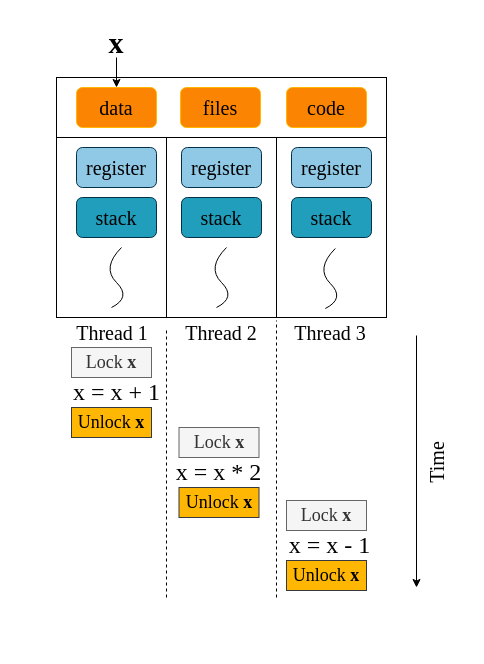
The draw.io diagram drawio/ch-intro/thread-lock.drawio in godaai/scale-py-zh, before the edit. Source tidied: cells renumbered, new cells numbered last; positions are measured from the earlier drawing's top-left corner, leaving out a move shared by most shapes. Both pictures are drawn from the tidied source at 100%, with x=0, y=0 at pixel (17, 17).
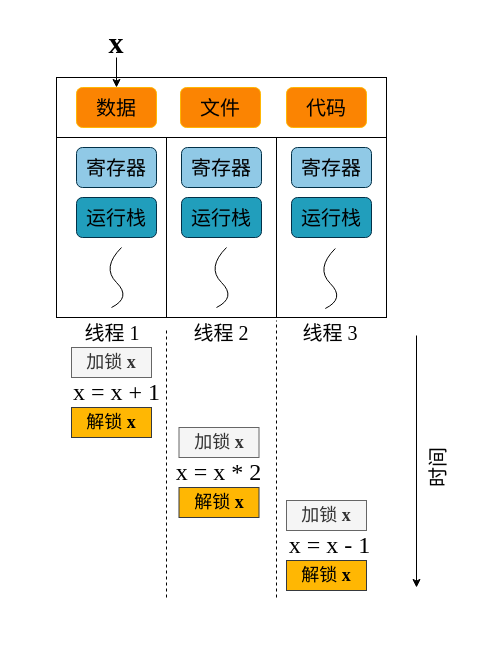
The same diagram, later.

Change to the diagram source:
```diff
@@
-    <mxCell id="7" value="data" style="rounded=1;whiteSpace=wrap;html=1;fillColor=#FB8402;strokeColor=#FFB703;fontSize=20;fontFamily=Times New Roman;" parent="1" vertex="1">
+    <mxCell id="7" value="数据" style="rounded=1;whiteSpace=wrap;html=1;fillColor=#FB8402;strokeColor=#FFB703;fontSize=20;fontFamily=Times New Roman;" parent="1" vertex="1">
       <mxGeometry x="59" y="70" width="80" height="40" as="geometry" />
     </mxCell>
-    <mxCell id="8" value="files" style="rounded=1;whiteSpace=wrap;html=1;fillColor=#FB8402;strokeColor=#FFB703;fontSize=20;fontFamily=Times New Roman;" parent="1" vertex="1">
+    <mxCell id="8" value="文件" style="rounded=1;whiteSpace=wrap;html=1;fillColor=#FB8402;strokeColor=#FFB703;fontSize=20;fontFamily=Times New Roman;" parent="1" vertex="1">
       <mxGeometry x="163" y="70" width="80" height="40" as="geometry" />
     </mxCell>
@@
-    <mxCell id="10" value="code" style="rounded=1;whiteSpace=wrap;html=1;fillColor=#FB8402;strokeColor=#FFB703;fontSize=20;fontFamily=Times New Roman;" parent="1" vertex="1">
+    <mxCell id="10" value="代码" style="rounded=1;whiteSpace=wrap;html=1;fillColor=#FB8402;strokeColor=#FFB703;fontSize=20;fontFamily=Times New Roman;" parent="1" vertex="1">
       <mxGeometry x="269" y="70" width="80" height="40" as="geometry" />
     </mxCell>
@@
-    <mxCell id="14" value="register" style="rounded=1;whiteSpace=wrap;html=1;fontSize=20;fillColor=#90C9E6;strokeColor=#023047;fontFamily=Times New Roman;" parent="1" vertex="1">
+    <mxCell id="14" value="寄存器" style="rounded=1;whiteSpace=wrap;html=1;fontSize=20;fillColor=#90C9E6;strokeColor=#023047;fontFamily=Times New Roman;" parent="1" vertex="1">
       <mxGeometry x="59" y="130" width="80" height="40" as="geometry" />
     </mxCell>
-    <mxCell id="15" value="register" style="rounded=1;whiteSpace=wrap;html=1;fontSize=20;fillColor=#90C9E6;strokeColor=#023047;fontFamily=Times New Roman;" parent="1" vertex="1">
+    <mxCell id="15" value="寄存器" style="rounded=1;whiteSpace=wrap;html=1;fontSize=20;fillColor=#90C9E6;strokeColor=#023047;fontFamily=Times New Roman;" parent="1" vertex="1">
       <mxGeometry x="164" y="130" width="80" height="40" as="geometry" />
     </mxCell>
-    <mxCell id="16" value="register" style="rounded=1;whiteSpace=wrap;html=1;fontSize=20;fillColor=#90C9E6;strokeColor=#023047;fontFamily=Times New Roman;" parent="1" vertex="1">
+    <mxCell id="16" value="寄存器" style="rounded=1;whiteSpace=wrap;html=1;fontSize=20;fillColor=#90C9E6;strokeColor=#023047;fontFamily=Times New Roman;" parent="1" vertex="1">
       <mxGeometry x="274" y="130" width="80" height="40" as="geometry" />
     </mxCell>
-    <mxCell id="17" value="stack" style="rounded=1;whiteSpace=wrap;html=1;fontSize=20;fillColor=#219EBC;strokeColor=#023047;fontFamily=Times New Roman;" parent="1" vertex="1">
+    <mxCell id="17" value="运行栈" style="rounded=1;whiteSpace=wrap;html=1;fontSize=20;fillColor=#219EBC;strokeColor=#023047;fontFamily=Times New Roman;" parent="1" vertex="1">
       <mxGeometry x="59" y="180" width="80" height="40" as="geometry" />
     </mxCell>
-    <mxCell id="18" value="stack" style="rounded=1;whiteSpace=wrap;html=1;fontSize=20;fillColor=#219EBC;strokeColor=#023047;fontFamily=Times New Roman;" parent="1" vertex="1">
+    <mxCell id="18" value="运行栈" style="rounded=1;whiteSpace=wrap;html=1;fontSize=20;fillColor=#219EBC;strokeColor=#023047;fontFamily=Times New Roman;" parent="1" vertex="1">
       <mxGeometry x="164" y="180" width="80" height="40" as="geometry" />
     </mxCell>
-    <mxCell id="19" value="stack" style="rounded=1;whiteSpace=wrap;html=1;fontSize=20;fillColor=#219EBC;strokeColor=#023047;fontFamily=Times New Roman;" parent="1" vertex="1">
+    <mxCell id="19" value="运行栈" style="rounded=1;whiteSpace=wrap;html=1;fontSize=20;fillColor=#219EBC;strokeColor=#023047;fontFamily=Times New Roman;" parent="1" vertex="1">
       <mxGeometry x="274" y="180" width="80" height="40" as="geometry" />
     </mxCell>
@@
-    <mxCell id="28" value="&lt;font style=&quot;font-size: 20px;&quot;&gt;Thread 1&lt;/font&gt;" style="text;html=1;strokeColor=none;fillColor=none;align=center;verticalAlign=middle;whiteSpace=wrap;rounded=0;fontSize=24;fontFamily=Times New Roman;" parent="1" vertex="1">
+    <mxCell id="28" value="&lt;font style=&quot;font-size: 20px;&quot;&gt;线程 1&lt;/font&gt;" style="text;html=1;strokeColor=none;fillColor=none;align=center;verticalAlign=middle;whiteSpace=wrap;rounded=0;fontSize=24;fontFamily=Times New Roman;" parent="1" vertex="1">
       <mxGeometry x="45.2" y="300" width="100" height="30" as="geometry" />
     </mxCell>
-    <mxCell id="29" value="&lt;font style=&quot;font-size: 20px;&quot;&gt;Thread 2&lt;/font&gt;" style="text;html=1;strokeColor=none;fillColor=none;align=center;verticalAlign=middle;whiteSpace=wrap;rounded=0;fontSize=24;fontFamily=Times New Roman;" parent="1" vertex="1">
+    <mxCell id="29" value="&lt;font style=&quot;font-size: 20px;&quot;&gt;线程 2&lt;/font&gt;" style="text;html=1;strokeColor=none;fillColor=none;align=center;verticalAlign=middle;whiteSpace=wrap;rounded=0;fontSize=24;fontFamily=Times New Roman;" parent="1" vertex="1">
       <mxGeometry x="154" y="300" width="100" height="30" as="geometry" />
     </mxCell>
-    <mxCell id="30" value="&lt;font style=&quot;font-size: 20px;&quot;&gt;Thread 3&lt;/font&gt;" style="text;html=1;strokeColor=none;fillColor=none;align=center;verticalAlign=middle;whiteSpace=wrap;rounded=0;fontSize=24;fontFamily=Times New Roman;" parent="1" vertex="1">
+    <mxCell id="30" value="&lt;font style=&quot;font-size: 20px;&quot;&gt;线程 3&lt;/font&gt;" style="text;html=1;strokeColor=none;fillColor=none;align=center;verticalAlign=middle;whiteSpace=wrap;rounded=0;fontSize=24;fontFamily=Times New Roman;" parent="1" vertex="1">
       <mxGeometry x="262.8" y="300" width="100" height="30" as="geometry" />
     </mxCell>
-    <mxCell id="31" value="Time" style="text;html=1;strokeColor=none;fillColor=none;align=center;verticalAlign=middle;whiteSpace=wrap;rounded=0;fontFamily=Times New Roman;fontSize=20;horizontal=0;" parent="1" vertex="1">
-      <mxGeometry x="389" y="430" width="60" height="30" as="geometry" />
+    <mxCell id="31" value="时间" style="text;html=1;strokeColor=none;fillColor=none;align=center;verticalAlign=middle;whiteSpace=wrap;rounded=0;fontFamily=Times New Roman;fontSize=20;horizontal=0;" parent="1" vertex="1">
+      <mxGeometry x="390" y="420" width="60" height="60" as="geometry" />
     </mxCell>
-    <mxCell id="32" value="&lt;font style=&quot;font-size: 18px;&quot;&gt;Lock &lt;b&gt;x&lt;/b&gt;&lt;/font&gt;" style="rounded=0;whiteSpace=wrap;html=1;fillColor=#f5f5f5;fontColor=#333333;strokeColor=#666666;fontFamily=Times New Roman;" parent="1" vertex="1">
+    <mxCell id="32" value="&lt;font style=&quot;font-size: 18px;&quot;&gt;加锁&amp;nbsp;&lt;b&gt;x&lt;/b&gt;&lt;/font&gt;" style="rounded=0;whiteSpace=wrap;html=1;fillColor=#f5f5f5;fontColor=#333333;strokeColor=#666666;fontFamily=Times New Roman;" parent="1" vertex="1">
       <mxGeometry x="54" y="330" width="80" height="30" as="geometry" />
     </mxCell>
-    <mxCell id="33" value="&lt;font style=&quot;font-size: 18px;&quot;&gt;Unlock &lt;b&gt;x&lt;/b&gt;&lt;/font&gt;" style="rounded=0;whiteSpace=wrap;html=1;fillColor=#FFB703;strokeColor=#36393d;fontFamily=Times New Roman;" parent="1" vertex="1">
+    <mxCell id="33" value="&lt;font style=&quot;font-size: 18px;&quot;&gt;解锁&amp;nbsp;&lt;b&gt;x&lt;/b&gt;&lt;/font&gt;" style="rounded=0;whiteSpace=wrap;html=1;fillColor=#FFB703;strokeColor=#36393d;fontFamily=Times New Roman;" parent="1" vertex="1">
       <mxGeometry x="54" y="390" width="80" height="30" as="geometry" />
     </mxCell>
-    <mxCell id="34" value="&lt;font style=&quot;font-size: 18px;&quot;&gt;Lock &lt;b&gt;x&lt;/b&gt;&lt;/font&gt;" style="rounded=0;whiteSpace=wrap;html=1;fillColor=#f5f5f5;fontColor=#333333;strokeColor=#666666;fontFamily=Times New Roman;" parent="1" vertex="1">
+    <mxCell id="34" value="&lt;font style=&quot;font-size: 18px;&quot;&gt;加锁&amp;nbsp;&lt;b&gt;x&lt;/b&gt;&lt;/font&gt;" style="rounded=0;whiteSpace=wrap;html=1;fillColor=#f5f5f5;fontColor=#333333;strokeColor=#666666;fontFamily=Times New Roman;" parent="1" vertex="1">
       <mxGeometry x="161.5" y="410" width="80" height="30" as="geometry" />
     </mxCell>
-    <mxCell id="35" value="&lt;font style=&quot;font-size: 18px;&quot;&gt;Unlock &lt;b&gt;x&lt;/b&gt;&lt;/font&gt;" style="rounded=0;whiteSpace=wrap;html=1;fillColor=#FFB703;strokeColor=#36393d;fontFamily=Times New Roman;" parent="1" vertex="1">
+    <mxCell id="35" value="&lt;font style=&quot;font-size: 18px;&quot;&gt;解锁&amp;nbsp;&lt;b&gt;x&lt;/b&gt;&lt;/font&gt;" style="rounded=0;whiteSpace=wrap;html=1;fillColor=#FFB703;strokeColor=#36393d;fontFamily=Times New Roman;" parent="1" vertex="1">
       <mxGeometry x="161.5" y="470" width="80" height="30" as="geometry" />
     </mxCell>
-    <mxCell id="36" value="&lt;font style=&quot;font-size: 18px;&quot;&gt;Lock &lt;b&gt;x&lt;/b&gt;&lt;/font&gt;" style="rounded=0;whiteSpace=wrap;html=1;fillColor=#f5f5f5;fontColor=#333333;strokeColor=#666666;fontFamily=Times New Roman;" parent="1" vertex="1">
+    <mxCell id="36" value="&lt;font style=&quot;font-size: 18px;&quot;&gt;加锁&amp;nbsp;&lt;b&gt;x&lt;/b&gt;&lt;/font&gt;" style="rounded=0;whiteSpace=wrap;html=1;fillColor=#f5f5f5;fontColor=#333333;strokeColor=#666666;fontFamily=Times New Roman;" parent="1" vertex="1">
       <mxGeometry x="269" y="483" width="80" height="30" as="geometry" />
     </mxCell>
-    <mxCell id="37" value="&lt;font style=&quot;font-size: 18px;&quot;&gt;Unlock &lt;b&gt;x&lt;/b&gt;&lt;/font&gt;" style="rounded=0;whiteSpace=wrap;html=1;fillColor=#FFB703;strokeColor=#36393d;fontFamily=Times New Roman;" parent="1" vertex="1">
+    <mxCell id="37" value="&lt;font style=&quot;font-size: 18px;&quot;&gt;解锁&amp;nbsp;&lt;b&gt;x&lt;/b&gt;&lt;/font&gt;" style="rounded=0;whiteSpace=wrap;html=1;fillColor=#FFB703;strokeColor=#36393d;fontFamily=Times New Roman;" parent="1" vertex="1">
       <mxGeometry x="269" y="543" width="80" height="30" as="geometry" />
     </mxCell>
```
